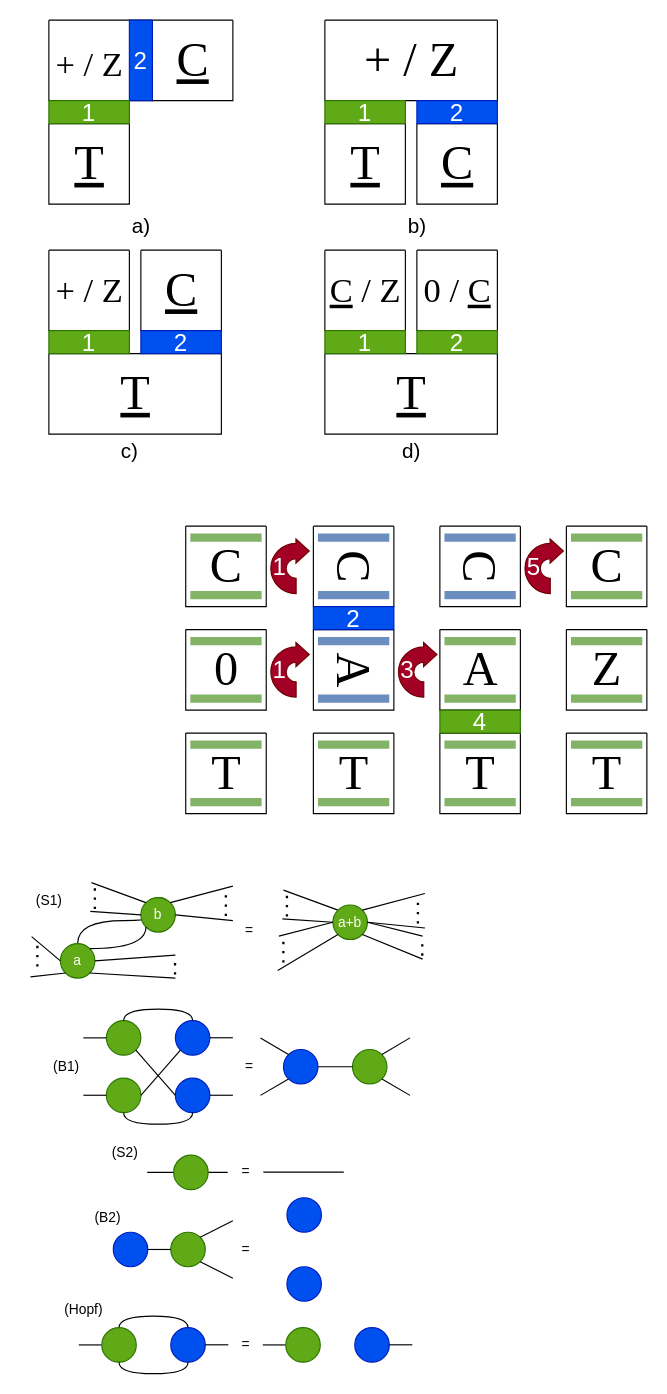
alexandrupaler/alexandrupaler.github.io keeps this draw.io diagram as translation.drawio. Above is the earlier version. Source tidied: cells renumbered, new cells numbered last; positions are measured from the earlier drawing's top-left corner, leaving out a move shared by most shapes. Both pictures are drawn from the tidied source at 115%, with x=0, y=0 at pixel (20, 20).
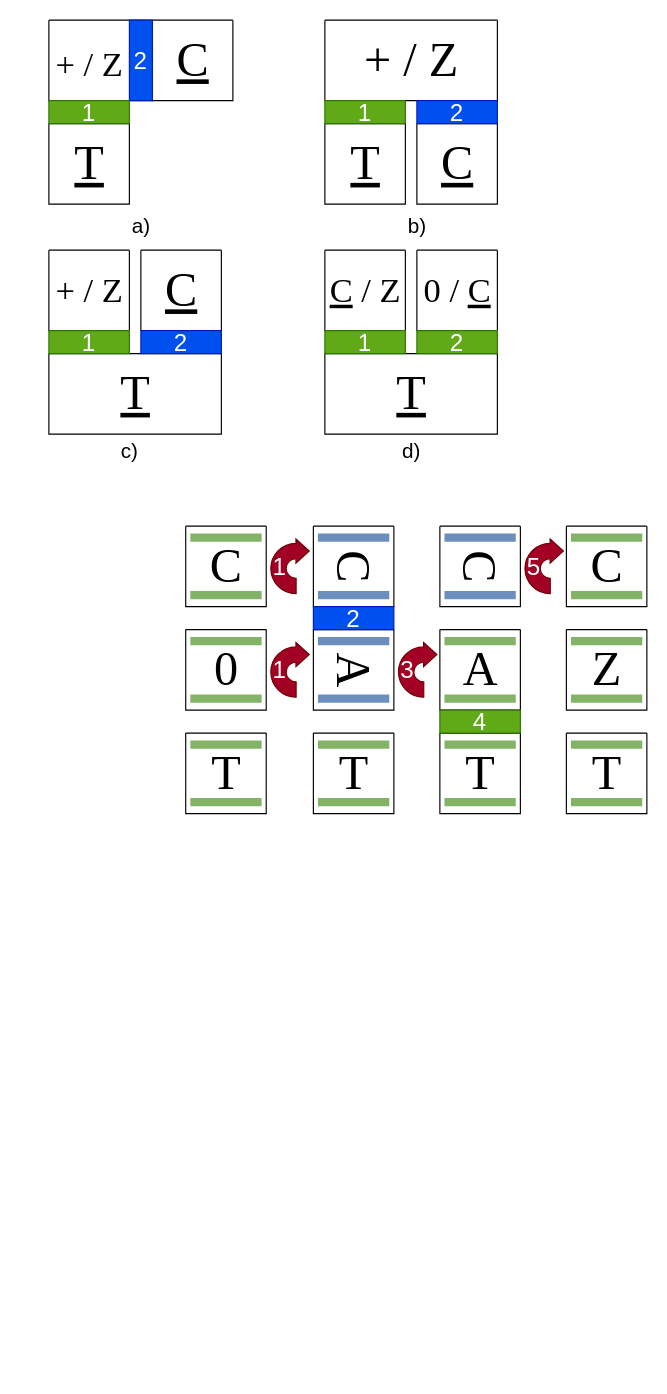
The same diagram, later.

Diff of the diagram source:
```diff
@@
-    <mxCell id="92" style="group;" parent="1" vertex="1">
-      <mxGeometry x="224" y="756.5" width="128" height="70" as="geometry" />
-    </mxCell>
-    <mxCell id="93" style="endArrow=none;html=1;rounded=0;entryX=0;entryY=0;entryDx=0;entryDy=0;" parent="92" edge="1" target="94">
-      <mxGeometry relative="1" as="geometry">
-        <mxPoint x="5" as="sourcePoint" />
-      </mxGeometry>
-    </mxCell>
-    <mxCell id="94" value="a+b" style="ellipse;whiteSpace=wrap;html=1;fillColor=#60a917;fontColor=#ffffff;strokeColor=#2D7600;" parent="92" vertex="1">
-      <mxGeometry x="48" y="13" width="30" height="30" as="geometry" />
-    </mxCell>
-    <mxCell id="95" style="endArrow=none;html=1;rounded=0;entryX=0;entryY=0.5;entryDx=0;entryDy=0;" parent="92" edge="1" target="94">
-      <mxGeometry relative="1" as="geometry">
-        <mxPoint x="4" y="25" as="sourcePoint" />
-      </mxGeometry>
-    </mxCell>
-    <mxCell id="96" style="endArrow=none;html=1;rounded=0;exitX=1;exitY=0;exitDx=0;exitDy=0;" parent="92" edge="1" source="94">
-      <mxGeometry relative="1" as="geometry">
-        <mxPoint x="128" y="3" as="targetPoint" />
-      </mxGeometry>
-    </mxCell>
-    <mxCell id="97" style="endArrow=none;html=1;rounded=0;exitX=1;exitY=0.5;exitDx=0;exitDy=0;" parent="92" edge="1" source="94">
-      <mxGeometry relative="1" as="geometry">
-        <mxPoint x="128" y="33" as="targetPoint" />
-      </mxGeometry>
-    </mxCell>
-    <mxCell id="98" style="endArrow=none;dashed=1;html=1;dashPattern=1 3;strokeWidth=2;rounded=0;" parent="92" edge="1">
-      <mxGeometry relative="1" as="geometry">
-        <mxPoint x="121.9" y="29" as="sourcePoint" />
-        <mxPoint x="121.9" y="9" as="targetPoint" />
-      </mxGeometry>
-    </mxCell>
-    <mxCell id="99" style="endArrow=none;dashed=1;html=1;dashPattern=1 3;strokeWidth=2;rounded=0;" parent="92" edge="1">
-      <mxGeometry relative="1" as="geometry">
-        <mxPoint x="8" y="23" as="sourcePoint" />
-        <mxPoint x="8" y="3" as="targetPoint" />
-      </mxGeometry>
-    </mxCell>
-    <mxCell id="100" style="endArrow=none;html=1;rounded=0;exitX=1;exitY=0.5;exitDx=0;exitDy=0;" parent="92" edge="1" source="94">
-      <mxGeometry relative="1" as="geometry">
-        <mxPoint x="126" y="40" as="targetPoint" />
-      </mxGeometry>
-    </mxCell>
-    <mxCell id="101" style="endArrow=none;html=1;rounded=0;exitX=1;exitY=1;exitDx=0;exitDy=0;" parent="92" edge="1" source="94">
-      <mxGeometry relative="1" as="geometry">
-        <mxPoint x="126" y="60" as="targetPoint" />
-      </mxGeometry>
-    </mxCell>
-    <mxCell id="102" style="endArrow=none;html=1;rounded=0;entryX=0;entryY=0.5;entryDx=0;entryDy=0;" parent="92" edge="1" target="94">
-      <mxGeometry relative="1" as="geometry">
-        <mxPoint x="1" y="40" as="sourcePoint" />
-      </mxGeometry>
-    </mxCell>
-    <mxCell id="103" style="endArrow=none;html=1;rounded=0;entryX=0;entryY=1;entryDx=0;entryDy=0;" parent="92" edge="1" target="94">
-      <mxGeometry relative="1" as="geometry">
-        <mxPoint y="70" as="sourcePoint" />
-      </mxGeometry>
-    </mxCell>
-    <mxCell id="104" style="endArrow=none;dashed=1;html=1;dashPattern=1 3;strokeWidth=2;rounded=0;" parent="92" edge="1">
-      <mxGeometry relative="1" as="geometry">
-        <mxPoint x="4.9" y="63" as="sourcePoint" />
-        <mxPoint x="4.9" y="43" as="targetPoint" />
-      </mxGeometry>
-    </mxCell>
-    <mxCell id="105" style="endArrow=none;dashed=1;html=1;dashPattern=1 3;strokeWidth=2;rounded=0;" parent="92" edge="1">
-      <mxGeometry relative="1" as="geometry">
-        <mxPoint x="125.7" y="57" as="sourcePoint" />
-        <mxPoint x="125.7" y="43" as="targetPoint" />
-      </mxGeometry>
-    </mxCell>
-    <mxCell id="106" style="group;" parent="1" vertex="1">
-      <mxGeometry x="9" y="750" width="176" height="83" as="geometry" />
-    </mxCell>
-    <mxCell id="107" style="edgeStyle=orthogonalEdgeStyle;rounded=0;jettySize=auto;html=1;exitX=0.5;exitY=0;exitDx=0;exitDy=0;entryX=0.5;entryY=0;entryDx=0;entryDy=0;curved=1;endArrow=none;startFill=0;" parent="106" edge="1" source="108" target="109">
-      <mxGeometry relative="1" as="geometry">
-        <Array as="points">
-          <mxPoint x="41" y="33" />
-          <mxPoint x="121" y="33" />
-        </Array>
-      </mxGeometry>
-    </mxCell>
-    <mxCell id="108" value="a" style="ellipse;whiteSpace=wrap;html=1;fillColor=#60a917;fontColor=#ffffff;strokeColor=#2D7600;" parent="106" vertex="1">
-      <mxGeometry x="26" y="53" width="30" height="30" as="geometry" />
-    </mxCell>
-    <mxCell id="109" value="b" style="ellipse;whiteSpace=wrap;html=1;fillColor=#60a917;fontColor=#ffffff;strokeColor=#2D7600;" parent="106" vertex="1">
-      <mxGeometry x="96" y="13" width="30" height="30" as="geometry" />
-    </mxCell>
-    <mxCell id="110" style="endArrow=none;html=1;rounded=0;exitX=1;exitY=0;exitDx=0;exitDy=0;" parent="106" edge="1" source="109">
-      <mxGeometry relative="1" as="geometry">
-        <mxPoint x="176" y="3" as="targetPoint" />
-      </mxGeometry>
-    </mxCell>
-    <mxCell id="111" style="endArrow=none;html=1;rounded=0;exitX=1;exitY=0.5;exitDx=0;exitDy=0;" parent="106" edge="1" source="109">
-      <mxGeometry relative="1" as="geometry">
-        <mxPoint x="176" y="33" as="targetPoint" />
-      </mxGeometry>
-    </mxCell>
-    <mxCell id="112" style="endArrow=none;html=1;rounded=0;entryX=0;entryY=0;entryDx=0;entryDy=0;" parent="106" edge="1" target="109">
-      <mxGeometry relative="1" as="geometry">
-        <mxPoint x="53" as="sourcePoint" />
-      </mxGeometry>
-    </mxCell>
-    <mxCell id="113" style="endArrow=none;html=1;rounded=0;entryX=0;entryY=0.5;entryDx=0;entryDy=0;" parent="106" edge="1" target="109">
-      <mxGeometry relative="1" as="geometry">
-        <mxPoint x="52" y="25" as="sourcePoint" />
-      </mxGeometry>
-    </mxCell>
-    <mxCell id="114" style="endArrow=none;html=1;rounded=0;entryX=0;entryY=0.5;entryDx=0;entryDy=0;" parent="106" edge="1" target="108">
-      <mxGeometry relative="1" as="geometry">
-        <mxPoint x="1" y="47" as="sourcePoint" />
-      </mxGeometry>
-    </mxCell>
-    <mxCell id="115" style="endArrow=none;html=1;rounded=0;entryX=0;entryY=1;entryDx=0;entryDy=0;" parent="106" edge="1" target="108">
-      <mxGeometry relative="1" as="geometry">
-        <mxPoint y="82" as="sourcePoint" />
-      </mxGeometry>
-    </mxCell>
-    <mxCell id="116" style="endArrow=none;html=1;rounded=0;exitX=1;exitY=0.5;exitDx=0;exitDy=0;" parent="106" edge="1" source="108">
-      <mxGeometry relative="1" as="geometry">
-        <mxPoint x="126" y="63" as="targetPoint" />
-      </mxGeometry>
-    </mxCell>
-    <mxCell id="117" style="endArrow=none;html=1;rounded=0;exitX=1;exitY=1;exitDx=0;exitDy=0;" parent="106" edge="1" source="108">
-      <mxGeometry relative="1" as="geometry">
-        <mxPoint x="126" y="83" as="targetPoint" />
-      </mxGeometry>
-    </mxCell>
-    <mxCell id="118" style="endArrow=none;html=1;rounded=0;exitX=1;exitY=0;exitDx=0;exitDy=0;entryX=0;entryY=1;entryDx=0;entryDy=0;edgeStyle=orthogonalEdgeStyle;curved=1;" parent="106" edge="1" source="108" target="109">
-      <mxGeometry relative="1" as="geometry" />
-    </mxCell>
-    <mxCell id="119" style="endArrow=none;dashed=1;html=1;dashPattern=1 3;strokeWidth=2;rounded=0;" parent="106" edge="1">
-      <mxGeometry relative="1" as="geometry">
-        <mxPoint x="169.9" y="29" as="sourcePoint" />
-        <mxPoint x="169.9" y="9" as="targetPoint" />
-      </mxGeometry>
-    </mxCell>
-    <mxCell id="120" style="endArrow=none;dashed=1;html=1;dashPattern=1 3;strokeWidth=2;rounded=0;" parent="106" edge="1">
-      <mxGeometry relative="1" as="geometry">
-        <mxPoint x="6" y="73" as="sourcePoint" />
-        <mxPoint x="6" y="53" as="targetPoint" />
-      </mxGeometry>
-    </mxCell>
-    <mxCell id="121" style="endArrow=none;dashed=1;html=1;dashPattern=1 3;strokeWidth=2;rounded=0;" parent="106" edge="1">
-      <mxGeometry relative="1" as="geometry">
-        <mxPoint x="56" y="23" as="sourcePoint" />
-        <mxPoint x="56" y="3" as="targetPoint" />
-      </mxGeometry>
-    </mxCell>
-    <mxCell id="122" style="endArrow=none;dashed=1;html=1;dashPattern=1 3;strokeWidth=2;rounded=0;" parent="106" edge="1">
-      <mxGeometry relative="1" as="geometry">
-        <mxPoint x="125.7" y="80" as="sourcePoint" />
-        <mxPoint x="125.7" y="66" as="targetPoint" />
-      </mxGeometry>
-    </mxCell>
-    <mxCell id="123" style="endArrow=none;html=1;rounded=0;" parent="1" edge="1">
-      <mxGeometry relative="1" as="geometry">
-        <mxPoint x="110.5" y="1002" as="sourcePoint" />
-        <mxPoint x="180.5" y="1002" as="targetPoint" />
-      </mxGeometry>
-    </mxCell>
-    <mxCell id="124" style="ellipse;whiteSpace=wrap;html=1;fillColor=#60a917;fontColor=#ffffff;strokeColor=#2D7600;" parent="1" vertex="1">
-      <mxGeometry x="133.5" y="987" width="30" height="30" as="geometry" />
-    </mxCell>
-    <mxCell id="125" style="endArrow=none;html=1;rounded=0;" parent="1" edge="1">
-      <mxGeometry relative="1" as="geometry">
-        <mxPoint x="211.5" y="1001.7" as="sourcePoint" />
-        <mxPoint x="281.5" y="1001.7" as="targetPoint" />
-      </mxGeometry>
-    </mxCell>
-    <mxCell id="126" value="=" style="text;html=1;align=center;verticalAlign=middle;strokeColor=none;fillColor=none;" parent="1" vertex="1">
-      <mxGeometry x="184" y="776.5" width="30" height="30" as="geometry" />
-    </mxCell>
-    <mxCell id="127" value="=" style="text;html=1;align=center;verticalAlign=middle;strokeColor=none;fillColor=none;" parent="1" vertex="1">
-      <mxGeometry x="180.5" y="987" width="30" height="30" as="geometry" />
-    </mxCell>
-    <mxCell id="128" value="=" style="text;html=1;align=center;verticalAlign=middle;strokeColor=none;fillColor=none;" parent="1" vertex="1">
-      <mxGeometry x="180.5" y="1054" width="30" height="30" as="geometry" />
-    </mxCell>
-    <mxCell id="129" value="=" style="text;html=1;align=center;verticalAlign=middle;strokeColor=none;fillColor=none;" parent="1" vertex="1">
-      <mxGeometry x="184" y="895" width="30" height="30" as="geometry" />
-    </mxCell>
-    <mxCell id="130" value="=" style="text;html=1;align=center;verticalAlign=middle;strokeColor=none;fillColor=none;" parent="1" vertex="1">
-      <mxGeometry x="180.5" y="1137" width="30" height="30" as="geometry" />
-    </mxCell>
-    <mxCell id="131" style="group;" parent="1" vertex="1">
-      <mxGeometry x="211" y="1137" width="130" height="30" as="geometry" />
-    </mxCell>
-    <mxCell id="132" style="endArrow=none;html=1;rounded=0;entryX=0;entryY=0.5;entryDx=0;entryDy=0;" parent="131" edge="1" target="133">
-      <mxGeometry relative="1" as="geometry">
-        <mxPoint y="15" as="sourcePoint" />
-      </mxGeometry>
-    </mxCell>
-    <mxCell id="133" style="ellipse;whiteSpace=wrap;html=1;fillColor=#60a917;fontColor=#ffffff;strokeColor=#2D7600;" parent="131" vertex="1">
-      <mxGeometry x="20" width="30" height="30" as="geometry" />
-    </mxCell>
-    <mxCell id="134" style="ellipse;whiteSpace=wrap;html=1;fillColor=#0050ef;fontColor=#ffffff;strokeColor=#001DBC;" parent="131" vertex="1">
-      <mxGeometry x="80" width="30" height="30" as="geometry" />
-    </mxCell>
-    <mxCell id="135" style="endArrow=none;html=1;rounded=0;entryX=0;entryY=0.5;entryDx=0;entryDy=0;" parent="131" edge="1">
-      <mxGeometry relative="1" as="geometry">
-        <mxPoint x="110" y="14.9" as="sourcePoint" />
-        <mxPoint x="130" y="14.9" as="targetPoint" />
-      </mxGeometry>
-    </mxCell>
-    <mxCell id="136" style="group;" parent="1" vertex="1">
-      <mxGeometry x="51" y="1137" width="130" height="30" as="geometry" />
-    </mxCell>
-    <mxCell id="137" style="endArrow=none;html=1;rounded=0;entryX=0;entryY=0.5;entryDx=0;entryDy=0;" parent="136" edge="1" target="139">
-      <mxGeometry relative="1" as="geometry">
-        <mxPoint y="15" as="sourcePoint" />
-      </mxGeometry>
-    </mxCell>
-    <mxCell id="138" style="endArrow=none;html=1;rounded=0;entryX=0.5;entryY=0;entryDx=0;entryDy=0;exitX=0.5;exitY=0;exitDx=0;exitDy=0;edgeStyle=orthogonalEdgeStyle;curved=1;" parent="136" edge="1" source="139" target="140">
-      <mxGeometry relative="1" as="geometry" />
-    </mxCell>
-    <mxCell id="139" style="ellipse;whiteSpace=wrap;html=1;fillColor=#60a917;fontColor=#ffffff;strokeColor=#2D7600;" parent="136" vertex="1">
-      <mxGeometry x="20" width="30" height="30" as="geometry" />
-    </mxCell>
-    <mxCell id="140" style="ellipse;whiteSpace=wrap;html=1;fillColor=#0050ef;fontColor=#ffffff;strokeColor=#001DBC;" parent="136" vertex="1">
-      <mxGeometry x="80" width="30" height="30" as="geometry" />
-    </mxCell>
-    <mxCell id="141" style="endArrow=none;html=1;rounded=0;entryX=0;entryY=0.5;entryDx=0;entryDy=0;" parent="136" edge="1">
-      <mxGeometry relative="1" as="geometry">
-        <mxPoint x="110" y="14.9" as="sourcePoint" />
-        <mxPoint x="130" y="14.9" as="targetPoint" />
-      </mxGeometry>
-    </mxCell>
-    <mxCell id="142" style="endArrow=none;html=1;rounded=0;entryX=0.5;entryY=1;entryDx=0;entryDy=0;exitX=0.5;exitY=1;exitDx=0;exitDy=0;edgeStyle=orthogonalEdgeStyle;curved=1;" parent="136" edge="1" source="139" target="140">
-      <mxGeometry relative="1" as="geometry" />
-    </mxCell>
-    <mxCell id="143" style="group;" parent="1" vertex="1">
-      <mxGeometry x="232" y="1024" width="30" height="90" as="geometry" />
-    </mxCell>
-    <mxCell id="144" style="ellipse;whiteSpace=wrap;html=1;fillColor=#0050ef;fontColor=#ffffff;strokeColor=#001DBC;" parent="143" vertex="1">
-      <mxGeometry y="60" width="30" height="30" as="geometry" />
-    </mxCell>
-    <mxCell id="145" style="ellipse;whiteSpace=wrap;html=1;fillColor=#0050ef;fontColor=#ffffff;strokeColor=#001DBC;" parent="143" vertex="1">
-      <mxGeometry width="30" height="30" as="geometry" />
-    </mxCell>
-    <mxCell id="146" style="group;" parent="1" vertex="1">
-      <mxGeometry x="81" y="1044" width="104" height="50" as="geometry" />
-    </mxCell>
-    <mxCell id="147" style="ellipse;whiteSpace=wrap;html=1;fillColor=#0050ef;fontColor=#ffffff;strokeColor=#001DBC;" parent="146" vertex="1">
-      <mxGeometry y="10" width="30" height="30" as="geometry" />
-    </mxCell>
-    <mxCell id="148" style="ellipse;whiteSpace=wrap;html=1;fillColor=#60a917;fontColor=#ffffff;strokeColor=#2D7600;" parent="146" vertex="1">
-      <mxGeometry x="50" y="10" width="30" height="30" as="geometry" />
-    </mxCell>
-    <mxCell id="149" style="endArrow=none;html=1;rounded=0;exitX=1;exitY=0.5;exitDx=0;exitDy=0;" parent="146" edge="1" source="147" target="148">
-      <mxGeometry relative="1" as="geometry" />
-    </mxCell>
-    <mxCell id="150" style="endArrow=none;html=1;rounded=0;exitX=1;exitY=0;exitDx=0;exitDy=0;" parent="146" edge="1" source="148">
-      <mxGeometry relative="1" as="geometry">
-        <mxPoint x="104" as="targetPoint" />
-      </mxGeometry>
-    </mxCell>
-    <mxCell id="151" style="endArrow=none;html=1;rounded=0;exitX=1;exitY=1;exitDx=0;exitDy=0;" parent="146" edge="1" source="148">
-      <mxGeometry relative="1" as="geometry">
-        <mxPoint x="104" y="50" as="targetPoint" />
-      </mxGeometry>
-    </mxCell>
-    <mxCell id="152" style="group;" parent="1" vertex="1">
-      <mxGeometry x="55" y="870" width="130" height="80" as="geometry" />
-    </mxCell>
-    <mxCell id="153" style="ellipse;whiteSpace=wrap;html=1;fillColor=#0050ef;fontColor=#ffffff;strokeColor=#001DBC;" parent="152" vertex="1">
-      <mxGeometry x="80" width="30" height="30" as="geometry" />
-    </mxCell>
-    <mxCell id="154" style="ellipse;whiteSpace=wrap;html=1;fillColor=#0050ef;fontColor=#ffffff;strokeColor=#001DBC;" parent="152" vertex="1">
-      <mxGeometry x="80" y="50" width="30" height="30" as="geometry" />
-    </mxCell>
-    <mxCell id="155" style="ellipse;whiteSpace=wrap;html=1;fillColor=#60a917;fontColor=#ffffff;strokeColor=#2D7600;" parent="152" vertex="1">
-      <mxGeometry x="20" width="30" height="30" as="geometry" />
-    </mxCell>
-    <mxCell id="156" style="ellipse;whiteSpace=wrap;html=1;fillColor=#60a917;fontColor=#ffffff;strokeColor=#2D7600;" parent="152" vertex="1">
-      <mxGeometry x="20" y="50" width="30" height="30" as="geometry" />
-    </mxCell>
-    <mxCell id="157" style="endArrow=none;html=1;rounded=0;entryX=0;entryY=0.5;entryDx=0;entryDy=0;exitX=1;exitY=1;exitDx=0;exitDy=0;" parent="152" edge="1" source="155" target="154">
-      <mxGeometry relative="1" as="geometry" />
-    </mxCell>
-    <mxCell id="158" style="endArrow=none;html=1;rounded=0;entryX=0;entryY=1;entryDx=0;entryDy=0;exitX=1;exitY=0.5;exitDx=0;exitDy=0;" parent="152" edge="1" source="156" target="153">
-      <mxGeometry relative="1" as="geometry" />
-    </mxCell>
-    <mxCell id="159" style="endArrow=none;html=1;rounded=0;entryX=0.5;entryY=0;entryDx=0;entryDy=0;exitX=0.5;exitY=0;exitDx=0;exitDy=0;edgeStyle=orthogonalEdgeStyle;curved=1;" parent="152" edge="1" source="155" target="153">
-      <mxGeometry relative="1" as="geometry" />
-    </mxCell>
-    <mxCell id="160" style="endArrow=none;html=1;rounded=0;entryX=0.5;entryY=1;entryDx=0;entryDy=0;exitX=0.5;exitY=1;exitDx=0;exitDy=0;edgeStyle=orthogonalEdgeStyle;curved=1;" parent="152" edge="1" source="156" target="154">
-      <mxGeometry relative="1" as="geometry" />
-    </mxCell>
-    <mxCell id="161" style="endArrow=none;html=1;rounded=0;entryX=0;entryY=0.5;entryDx=0;entryDy=0;" parent="152" edge="1" target="155">
-      <mxGeometry relative="1" as="geometry">
-        <mxPoint y="15" as="sourcePoint" />
-      </mxGeometry>
-    </mxCell>
-    <mxCell id="162" style="endArrow=none;html=1;rounded=0;entryX=0;entryY=0.5;entryDx=0;entryDy=0;" parent="152" edge="1">
-      <mxGeometry relative="1" as="geometry">
-        <mxPoint y="64.9" as="sourcePoint" />
-        <mxPoint x="20" y="64.9" as="targetPoint" />
-      </mxGeometry>
-    </mxCell>
-    <mxCell id="163" style="endArrow=none;html=1;rounded=0;entryX=0;entryY=0.5;entryDx=0;entryDy=0;" parent="152" edge="1">
-      <mxGeometry relative="1" as="geometry">
-        <mxPoint x="110" y="14.9" as="sourcePoint" />
-        <mxPoint x="130" y="14.9" as="targetPoint" />
-      </mxGeometry>
-    </mxCell>
-    <mxCell id="164" style="endArrow=none;html=1;rounded=0;entryX=0;entryY=0.5;entryDx=0;entryDy=0;" parent="152" edge="1">
-      <mxGeometry relative="1" as="geometry">
-        <mxPoint x="110" y="64.9" as="sourcePoint" />
-        <mxPoint x="130" y="64.9" as="targetPoint" />
-      </mxGeometry>
-    </mxCell>
-    <mxCell id="165" style="group;" parent="1" vertex="1">
-      <mxGeometry x="209" y="885" width="130" height="50" as="geometry" />
-    </mxCell>
-    <mxCell id="166" style="ellipse;whiteSpace=wrap;html=1;fillColor=#0050ef;fontColor=#ffffff;strokeColor=#001DBC;" parent="165" vertex="1">
-      <mxGeometry x="20" y="10.1" width="30" height="30" as="geometry" />
-    </mxCell>
-    <mxCell id="167" style="ellipse;whiteSpace=wrap;html=1;fillColor=#60a917;fontColor=#ffffff;strokeColor=#2D7600;" parent="165" vertex="1">
-      <mxGeometry x="80" y="10.1" width="30" height="30" as="geometry" />
-    </mxCell>
-    <mxCell id="168" style="endArrow=none;html=1;rounded=0;entryX=0;entryY=0.5;entryDx=0;entryDy=0;exitX=1;exitY=0;exitDx=0;exitDy=0;" parent="165" edge="1" source="167">
-      <mxGeometry relative="1" as="geometry">
-        <mxPoint x="130" as="targetPoint" />
-      </mxGeometry>
-    </mxCell>
-    <mxCell id="169" style="endArrow=none;html=1;rounded=0;entryX=0;entryY=0.5;entryDx=0;entryDy=0;exitX=1;exitY=1;exitDx=0;exitDy=0;" parent="165" edge="1" source="167">
-      <mxGeometry relative="1" as="geometry">
-        <mxPoint x="130" y="50" as="targetPoint" />
-      </mxGeometry>
-    </mxCell>
-    <mxCell id="170" style="endArrow=none;html=1;rounded=0;entryX=0;entryY=1;entryDx=0;entryDy=0;" parent="165" edge="1" target="166">
-      <mxGeometry relative="1" as="geometry">
-        <mxPoint y="50" as="sourcePoint" />
-      </mxGeometry>
-    </mxCell>
-    <mxCell id="171" style="endArrow=none;html=1;rounded=0;entryX=0;entryY=0;entryDx=0;entryDy=0;" parent="165" edge="1" target="166">
-      <mxGeometry relative="1" as="geometry">
-        <mxPoint y="0.1" as="sourcePoint" />
-      </mxGeometry>
-    </mxCell>
-    <mxCell id="172" style="endArrow=none;html=1;rounded=0;entryX=0;entryY=0.5;entryDx=0;entryDy=0;exitX=1;exitY=0.5;exitDx=0;exitDy=0;" parent="165" edge="1" source="166" target="167">
-      <mxGeometry relative="1" as="geometry" />
-    </mxCell>
-    <mxCell id="173" value="(S1)" style="text;html=1;align=center;verticalAlign=middle;strokeColor=none;fillColor=none;" parent="1" vertex="1">
-      <mxGeometry y="751" width="50" height="30" as="geometry" />
-    </mxCell>
-    <mxCell id="174" value="(S2)" style="text;html=1;align=center;verticalAlign=middle;strokeColor=none;fillColor=none;" parent="1" vertex="1">
-      <mxGeometry x="66" y="970" width="50" height="30" as="geometry" />
-    </mxCell>
-    <mxCell id="175" value="(Hopf)" style="text;html=1;align=center;verticalAlign=middle;strokeColor=none;fillColor=none;" parent="1" vertex="1">
-      <mxGeometry x="25" y="1107" width="60" height="30" as="geometry" />
-    </mxCell>
-    <mxCell id="176" value="(B1)" style="text;html=1;align=center;verticalAlign=middle;strokeColor=none;fillColor=none;" parent="1" vertex="1">
-      <mxGeometry x="15" y="895" width="50" height="30" as="geometry" />
-    </mxCell>
-    <mxCell id="177" value="(B2)" style="text;html=1;align=center;verticalAlign=middle;strokeColor=none;fillColor=none;" parent="1" vertex="1">
-      <mxGeometry x="51" y="1027" width="50" height="30" as="geometry" />
-    </mxCell>
```
